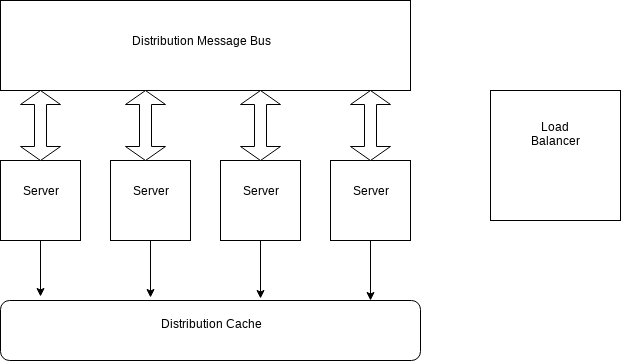
This is diagram/component_diagram.png from burakbalim/chatter, a draw.io export, as it was before one commit. Source tidied: cells renumbered, new cells last; positions are measured from the earlier drawing's top-left corner, leaving out a move shared by most shapes. Source of this version:
```xml
<mxGraphModel>
  <root>
    <mxCell id="0" />
    <mxCell id="1" parent="0" />
    <mxCell id="2" style="edgeStyle=orthogonalEdgeStyle;rounded=0;jettySize=auto;html=1;exitX=0.5;exitY=1;exitDx=0;exitDy=0;entryX=0.095;entryY=-0.067;entryDx=0;entryDy=0;entryPerimeter=0;" parent="1" edge="1" source="3" target="22">
      <mxGeometry relative="1" as="geometry" />
    </mxCell>
    <mxCell id="3" style="whiteSpace=wrap;html=1;" parent="1" vertex="1">
      <mxGeometry y="160" width="80" height="80" as="geometry" />
    </mxCell>
    <mxCell id="4" style="edgeStyle=orthogonalEdgeStyle;rounded=0;jettySize=auto;html=1;exitX=0.5;exitY=1;exitDx=0;exitDy=0;entryX=0.357;entryY=-0.05;entryDx=0;entryDy=0;entryPerimeter=0;" parent="1" edge="1" source="5" target="22">
      <mxGeometry relative="1" as="geometry" />
    </mxCell>
    <mxCell id="5" style="whiteSpace=wrap;html=1;" parent="1" vertex="1">
      <mxGeometry x="110" y="160" width="80" height="80" as="geometry" />
    </mxCell>
    <mxCell id="6" style="edgeStyle=orthogonalEdgeStyle;rounded=0;jettySize=auto;html=1;exitX=0.5;exitY=1;exitDx=0;exitDy=0;entryX=0.619;entryY=-0.033;entryDx=0;entryDy=0;entryPerimeter=0;" parent="1" edge="1" source="7" target="22">
      <mxGeometry relative="1" as="geometry" />
    </mxCell>
    <mxCell id="7" style="whiteSpace=wrap;html=1;" parent="1" vertex="1">
      <mxGeometry x="220" y="160" width="80" height="80" as="geometry" />
    </mxCell>
    <mxCell id="8" style="edgeStyle=orthogonalEdgeStyle;rounded=0;jettySize=auto;html=1;exitX=0.5;exitY=1;exitDx=0;exitDy=0;entryX=0.881;entryY=0;entryDx=0;entryDy=0;entryPerimeter=0;" parent="1" edge="1" source="9" target="22">
      <mxGeometry relative="1" as="geometry" />
    </mxCell>
    <mxCell id="9" style="whiteSpace=wrap;html=1;" parent="1" vertex="1">
      <mxGeometry x="330" y="160" width="80" height="80" as="geometry" />
    </mxCell>
    <mxCell id="10" value="Server&lt;br&gt;" style="text;html=1;strokeColor=none;fillColor=none;align=center;verticalAlign=middle;whiteSpace=wrap;rounded=0;" parent="1" vertex="1">
      <mxGeometry x="20" y="180" width="40" height="20" as="geometry" />
    </mxCell>
    <mxCell id="11" value="Server&lt;br&gt;" style="text;html=1;strokeColor=none;fillColor=none;align=center;verticalAlign=middle;whiteSpace=wrap;rounded=0;" parent="1" vertex="1">
      <mxGeometry x="130" y="180" width="40" height="20" as="geometry" />
    </mxCell>
    <mxCell id="12" value="Server&lt;br&gt;" style="text;html=1;strokeColor=none;fillColor=none;align=center;verticalAlign=middle;whiteSpace=wrap;rounded=0;" parent="1" vertex="1">
      <mxGeometry x="240" y="180" width="40" height="20" as="geometry" />
    </mxCell>
    <mxCell id="13" value="Server&lt;br&gt;" style="text;html=1;strokeColor=none;fillColor=none;align=center;verticalAlign=middle;whiteSpace=wrap;rounded=0;" parent="1" vertex="1">
      <mxGeometry x="350" y="180" width="40" height="20" as="geometry" />
    </mxCell>
    <mxCell id="14" style="whiteSpace=wrap;html=1;" parent="1" vertex="1">
      <mxGeometry x="490" y="90" width="130" height="130" as="geometry" />
    </mxCell>
    <mxCell id="15" value="Load Balancer&lt;br&gt;&lt;br&gt;" style="text;html=1;strokeColor=none;fillColor=none;align=center;verticalAlign=middle;whiteSpace=wrap;rounded=0;" parent="1" vertex="1">
      <mxGeometry x="535" y="130" width="40" height="20" as="geometry" />
    </mxCell>
    <mxCell id="16" style="rounded=0;whiteSpace=wrap;html=1;" parent="1" vertex="1">
      <mxGeometry width="410" height="90" as="geometry" />
    </mxCell>
    <mxCell id="17" value="Distribution Message Bus" style="text;html=1;strokeColor=none;fillColor=none;align=center;verticalAlign=middle;whiteSpace=wrap;rounded=0;" parent="1" vertex="1">
      <mxGeometry x="50" y="30" width="300" height="20" as="geometry" />
    </mxCell>
    <mxCell id="18" style="shape=doubleArrow;direction=south;whiteSpace=wrap;html=1;" parent="1" vertex="1">
      <mxGeometry x="20" y="90" width="40" height="70" as="geometry" />
    </mxCell>
    <mxCell id="19" style="shape=doubleArrow;direction=south;whiteSpace=wrap;html=1;" parent="1" vertex="1">
      <mxGeometry x="125" y="90" width="40" height="70" as="geometry" />
    </mxCell>
    <mxCell id="20" style="shape=doubleArrow;direction=south;whiteSpace=wrap;html=1;" parent="1" vertex="1">
      <mxGeometry x="240" y="90" width="40" height="70" as="geometry" />
    </mxCell>
    <mxCell id="21" style="shape=doubleArrow;direction=south;whiteSpace=wrap;html=1;" parent="1" vertex="1">
      <mxGeometry x="350" y="90" width="40" height="70" as="geometry" />
    </mxCell>
    <mxCell id="22" value="Distribution Cache&lt;br&gt;&lt;br&gt;" style="rounded=1;whiteSpace=wrap;html=1;" parent="1" vertex="1">
      <mxGeometry y="300" width="420" height="60" as="geometry" />
    </mxCell>
  </root>
</mxGraphModel>
```
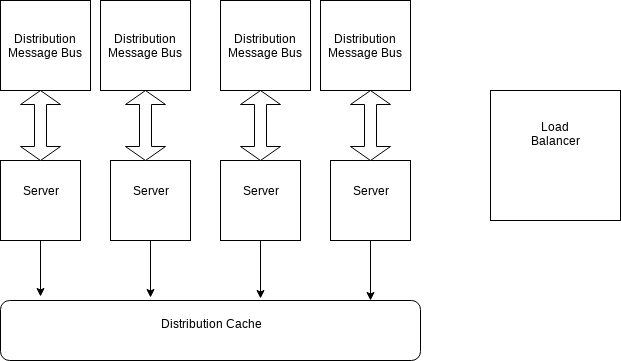
After the change.

The edit, as a diff of the source:
```diff
@@ -44,12 +44,9 @@
     <mxCell id="15" value="Load Balancer&lt;br&gt;&lt;br&gt;" style="text;html=1;strokeColor=none;fillColor=none;align=center;verticalAlign=middle;whiteSpace=wrap;rounded=0;" parent="1" vertex="1">
       <mxGeometry x="535" y="130" width="40" height="20" as="geometry" />
     </mxCell>
-    <mxCell id="16" style="rounded=0;whiteSpace=wrap;html=1;" parent="1" vertex="1">
-      <mxGeometry width="410" height="90" as="geometry" />
+    <mxCell id="16" value="&lt;span&gt;Distribution Message Bus&lt;/span&gt;" style="rounded=0;whiteSpace=wrap;html=1;" parent="1" vertex="1">
+      <mxGeometry width="90" height="90" as="geometry" />
     </mxCell>
-    <mxCell id="17" value="Distribution Message Bus" style="text;html=1;strokeColor=none;fillColor=none;align=center;verticalAlign=middle;whiteSpace=wrap;rounded=0;" parent="1" vertex="1">
-      <mxGeometry x="50" y="30" width="300" height="20" as="geometry" />
-    </mxCell>
     <mxCell id="18" style="shape=doubleArrow;direction=south;whiteSpace=wrap;html=1;" parent="1" vertex="1">
       <mxGeometry x="20" y="90" width="40" height="70" as="geometry" />
     </mxCell>
@@ -65,5 +62,14 @@
     <mxCell id="22" value="Distribution Cache&lt;br&gt;&lt;br&gt;" style="rounded=1;whiteSpace=wrap;html=1;" parent="1" vertex="1">
       <mxGeometry y="300" width="420" height="60" as="geometry" />
     </mxCell>
+    <mxCell id="23" value="&lt;span&gt;Distribution Message Bus&lt;/span&gt;" style="rounded=0;whiteSpace=wrap;html=1;" parent="1" vertex="1">
+      <mxGeometry x="100" width="90" height="90" as="geometry" />
+    </mxCell>
+    <mxCell id="24" value="&lt;span&gt;Distribution Message Bus&lt;/span&gt;" style="rounded=0;whiteSpace=wrap;html=1;" parent="1" vertex="1">
+      <mxGeometry x="220" width="90" height="90" as="geometry" />
+    </mxCell>
+    <mxCell id="25" value="&lt;span&gt;Distribution Message Bus&lt;/span&gt;" style="rounded=0;whiteSpace=wrap;html=1;" parent="1" vertex="1">
+      <mxGeometry x="320" width="90" height="90" as="geometry" />
+    </mxCell>
   </root>
 </mxGraphModel>
```
